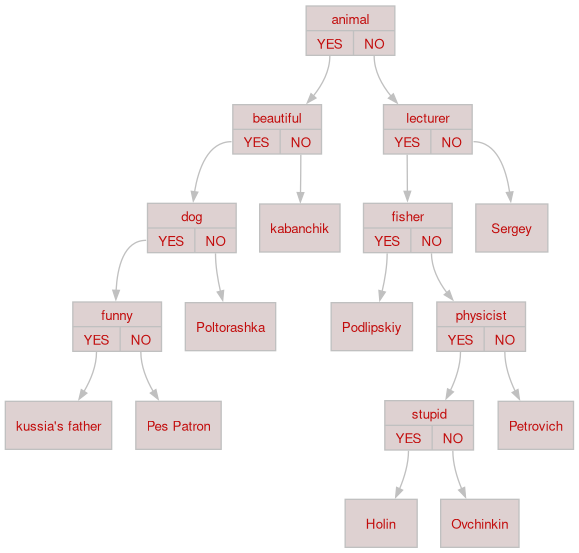
Sergey3G/Task-4-Akinator keeps this Graphviz diagram as list.png. Above is the earlier version. Its source is kept beside it as list.gv.
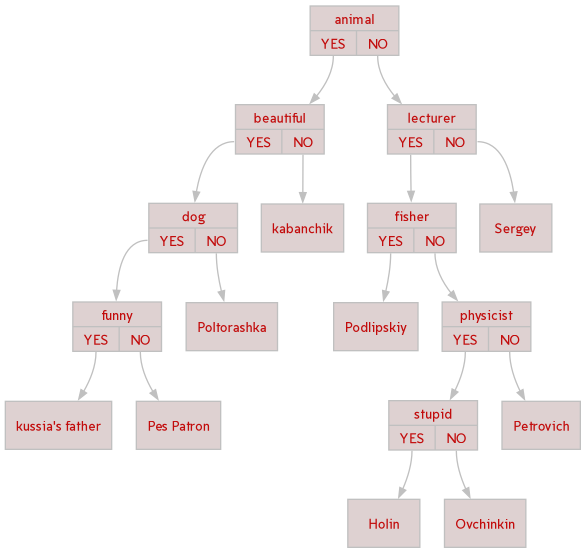
The same file after the commit.

Diff of the diagram source:
```diff
@@ -1,6 +1,6 @@
 digraph G {
   bgcolor="#ffffffff";
-  node [shape=record, fontname="Helvetica", fontsize=10, style=filled, fillcolor="#ded1d1ff", fontcolor="#c20c0cff", color=gray];
+  node [shape=record, fontname="Moscow Sans", fontsize=10, style=filled, fillcolor="#ded1d1ff", fontcolor="#c20c0cff", color=gray];
   edge [arrowsize=0.7, color=gray];
 
   node0 [label="{ animal | {<yes> YES | <no >NO}}"];
```
